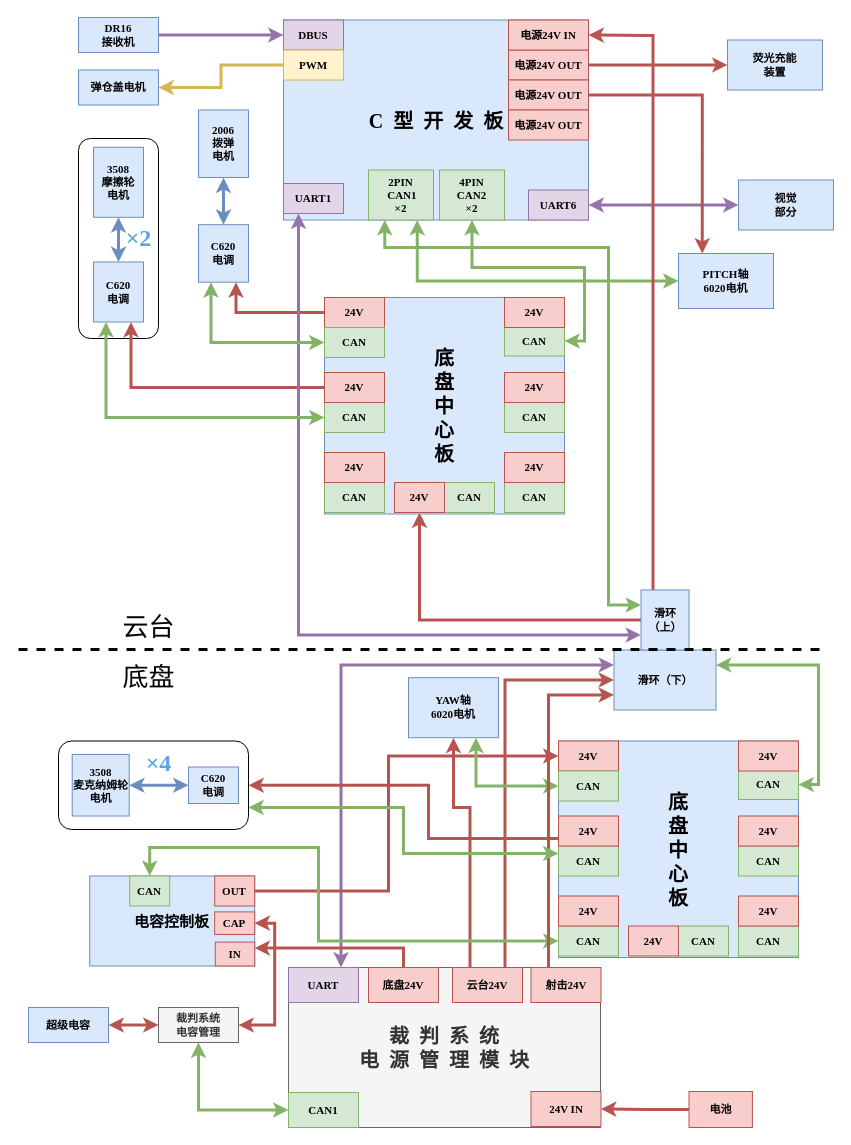
Before: Doc/步兵嵌入式硬件框图.drawio in xrobot-org/XRobot, a draw.io diagram. Source tidied: cells renumbered, new cells numbered last; positions are measured from the earlier drawing's top-left corner, leaving out a move shared by most shapes. Both pictures are drawn from the tidied source at 100%, with x=0, y=0 at pixel (18, 17).
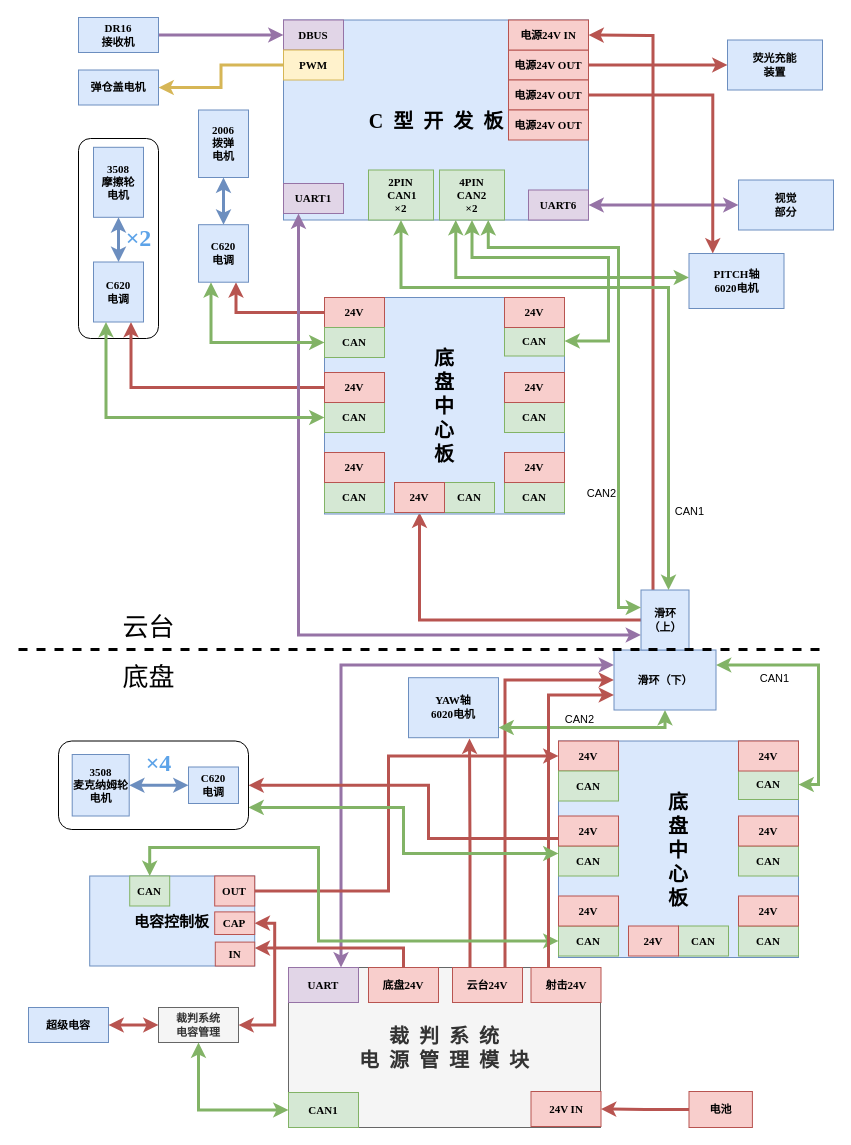
Above is the later version.

Commit message (it also covers changes not shown here):
修改流程图

Unchanged cells that the change refers to:
```xml
<mxCell id="21" value="云台24V" style="whiteSpace=wrap;fontSize=11;fontStyle=1;fontFamily=Times New Roman;html=1;strokeColor=#b85450;fillColor=#f8cecc;" parent="1" vertex="1">
  <mxGeometry x="434" y="950" width="70" height="35" as="geometry" />
</mxCell>
<mxCell id="42" value="2PIN&lt;br&gt;&amp;nbsp;CAN1&lt;br&gt;×2" style="whiteSpace=wrap;fontSize=11;fontStyle=1;fontFamily=Times New Roman;fillColor=#d5e8d4;html=1;strokeColor=#82b366;" parent="1" vertex="1">
  <mxGeometry x="350" y="152.5" width="65" height="50" as="geometry" />
</mxCell>
<mxCell id="44" value="YAW轴&lt;br&gt;6020电机" style="whiteSpace=wrap;fontSize=11;fontStyle=1;fontFamily=Times New Roman;strokeColor=#6c8ebf;html=1;fillColor=#dae8fc;" parent="1" vertex="1">
  <mxGeometry x="390" y="660.2" width="90" height="60" as="geometry" />
</mxCell>
<mxCell id="48" value="4PIN&lt;br&gt;CAN2&lt;br&gt;×2" style="whiteSpace=wrap;fontSize=11;fontStyle=1;fontFamily=Times New Roman;html=1;strokeColor=#82b366;fillColor=#d5e8d4;" parent="1" vertex="1">
  <mxGeometry x="421" y="152.5" width="65" height="50" as="geometry" />
</mxCell>
<mxCell id="49" style="edgeStyle=orthogonalEdgeStyle;rounded=0;jettySize=auto;html=1;entryX=1;entryY=0.5;entryDx=0;entryDy=0;startArrow=classic;startFill=1;strokeWidth=3;fontFamily=Times New Roman;fontSize=20;fillColor=#d5e8d4;strokeColor=#82b366;exitX=1;exitY=0.25;exitDx=0;exitDy=0;" parent="1" edge="1" source="50" target="72">
  <mxGeometry relative="1" as="geometry">
    <Array as="points">
      <mxPoint x="800" y="648" />
      <mxPoint x="800" y="767" />
    </Array>
  </mxGeometry>
</mxCell>
<mxCell id="50" value="滑环（下）" style="whiteSpace=wrap;fontSize=11;fontStyle=1;fontFamily=Times New Roman;html=1;fillColor=#dae8fc;strokeColor=#6c8ebf;" parent="1" vertex="1">
  <mxGeometry x="595.5" y="632.5" width="102" height="60" as="geometry" />
</mxCell>
<mxCell id="53" value="滑环（上）" style="whiteSpace=wrap;fontSize=11;fontStyle=1;fontFamily=Times New Roman;html=1;fillColor=#dae8fc;strokeColor=#6c8ebf;" parent="1" vertex="1">
  <mxGeometry x="622.5" y="572.5" width="48" height="60" as="geometry" />
</mxCell>
<mxCell id="71" value="CAN" style="whiteSpace=wrap;fontSize=11;fontStyle=1;fontFamily=Times New Roman;html=1;strokeColor=#82b366;fillColor=#d5e8d4;" parent="1" vertex="1">
  <mxGeometry x="540" y="753.5" width="60" height="30" as="geometry" />
</mxCell>
<mxCell id="98" value="CAN" style="whiteSpace=wrap;fontSize=11;fontStyle=1;fontFamily=Times New Roman;html=1;strokeColor=#82b366;fillColor=#d5e8d4;" parent="1" vertex="1">
  <mxGeometry x="486" y="308.5" width="60" height="30" as="geometry" />
</mxCell>
```

The edit, as a diff of the source:
```diff
@@
-    <mxCell id="20" style="edgeStyle=orthogonalEdgeStyle;rounded=0;jettySize=auto;html=1;entryX=0.5;entryY=1;entryDx=0;entryDy=0;fontFamily=Times New Roman;fontSize=20;fillColor=#f8cecc;strokeColor=#b85450;strokeWidth=3;exitX=0.25;exitY=0;exitDx=0;exitDy=0;" parent="1" edge="1" source="21" target="44">
-      <mxGeometry relative="1" as="geometry">
-        <Array as="points">
-          <mxPoint x="452" y="790" />
-          <mxPoint x="435" y="790" />
-        </Array>
-      </mxGeometry>
+    <mxCell id="20" style="edgeStyle=orthogonalEdgeStyle;rounded=0;jettySize=auto;html=1;fontFamily=Times New Roman;fontSize=20;fillColor=#f8cecc;strokeColor=#b85450;strokeWidth=3;exitX=0.25;exitY=0;exitDx=0;exitDy=0;entryX=0.678;entryY=1.013;entryDx=0;entryDy=0;entryPerimeter=0;" parent="1" edge="1" source="21" target="44">
+      <mxGeometry relative="1" as="geometry" />
     </mxCell>
@@
-    <mxCell id="41" style="edgeStyle=orthogonalEdgeStyle;rounded=0;jettySize=auto;html=1;exitX=0.75;exitY=1;exitDx=0;exitDy=0;entryX=0;entryY=0.5;entryDx=0;entryDy=0;startArrow=classic;startFill=1;strokeWidth=3;fontFamily=Times New Roman;fontSize=20;fillColor=#d5e8d4;strokeColor=#82b366;" parent="1" edge="1" source="42" target="45">
-      <mxGeometry relative="1" as="geometry" />
+    <mxCell id="41" style="edgeStyle=orthogonalEdgeStyle;rounded=0;jettySize=auto;html=1;startArrow=classic;startFill=1;strokeWidth=3;fontFamily=Times New Roman;fontSize=20;fillColor=#d5e8d4;strokeColor=#82b366;exitX=0.25;exitY=1;exitDx=0;exitDy=0;" parent="1" edge="1" source="48" target="45">
+      <mxGeometry relative="1" as="geometry">
+        <Array as="points">
+          <mxPoint x="437" y="260" />
+        </Array>
+      </mxGeometry>
     </mxCell>
@@
-    <mxCell id="43" style="edgeStyle=orthogonalEdgeStyle;rounded=0;jettySize=auto;html=1;exitX=0.75;exitY=1;exitDx=0;exitDy=0;entryX=0;entryY=0.5;entryDx=0;entryDy=0;fontFamily=Times New Roman;fontSize=20;fillColor=#d5e8d4;strokeColor=#82b366;strokeWidth=3;startArrow=classic;startFill=1;" parent="1" edge="1" source="44" target="71">
-      <mxGeometry relative="1" as="geometry" />
+    <mxCell id="43" style="edgeStyle=orthogonalEdgeStyle;rounded=0;jettySize=auto;html=1;fontFamily=Times New Roman;fontSize=20;fillColor=#d5e8d4;strokeColor=#82b366;strokeWidth=3;startArrow=classic;startFill=1;entryX=0.5;entryY=1;entryDx=0;entryDy=0;" parent="1" edge="1" source="44" target="50">
+      <mxGeometry relative="1" as="geometry">
+        <Array as="points">
+          <mxPoint x="647" y="710" />
+        </Array>
+      </mxGeometry>
     </mxCell>
+    <mxCell id="113" value="CAN2" style="edgeLabel;html=1;align=center;verticalAlign=middle;" parent="43" vertex="1">
+      <mxGeometry x="0.08" relative="1" as="geometry">
+        <mxPoint x="-18.8" y="-9" as="offset" />
+      </mxGeometry>
+    </mxCell>
@@
     <mxCell id="45" value="PITCH轴&lt;br&gt;6020电机" style="whiteSpace=wrap;fontSize=11;fontStyle=1;fontFamily=Times New Roman;strokeColor=#6c8ebf;html=1;fillColor=#dae8fc;" parent="1" vertex="1">
-      <mxGeometry x="660" y="236" width="95" height="55" as="geometry" />
+      <mxGeometry x="670.5" y="236" width="95" height="55" as="geometry" />
     </mxCell>
@@
+    <mxCell id="114" value="CAN1" style="edgeLabel;html=1;align=center;verticalAlign=middle;" parent="49" vertex="1">
+      <mxGeometry x="-0.51" y="-3" relative="1" as="geometry">
+        <mxPoint x="-0.6" y="9.5" as="offset" />
+      </mxGeometry>
+    </mxCell>
@@
-    <mxCell id="62" style="edgeStyle=orthogonalEdgeStyle;rounded=0;jettySize=auto;html=1;entryX=0;entryY=0.25;entryDx=0;entryDy=0;startArrow=classic;startFill=1;strokeWidth=3;fontFamily=Times New Roman;fontSize=20;fillColor=#d5e8d4;strokeColor=#82b366;exitX=0.25;exitY=1;exitDx=0;exitDy=0;" parent="1" edge="1" source="42" target="53">
+    <mxCell id="62" style="edgeStyle=orthogonalEdgeStyle;rounded=0;jettySize=auto;html=1;startArrow=classic;startFill=1;strokeWidth=3;fontFamily=Times New Roman;fontSize=20;fillColor=#d5e8d4;strokeColor=#82b366;exitX=0.5;exitY=1;exitDx=0;exitDy=0;" parent="1" edge="1" source="42" target="53">
       <mxGeometry relative="1" as="geometry">
         <Array as="points">
-          <mxPoint x="366" y="230" />
-          <mxPoint x="590" y="230" />
-          <mxPoint x="590" y="588" />
+          <mxPoint x="383" y="270" />
+          <mxPoint x="650" y="270" />
         </Array>
       </mxGeometry>
     </mxCell>
+    <mxCell id="115" value="CAN1" style="edgeLabel;html=1;align=center;verticalAlign=middle;" parent="62" vertex="1">
+      <mxGeometry x="0.76" y="-1" relative="1" as="geometry">
+        <mxPoint x="21.5" y="-2.5" as="offset" />
+      </mxGeometry>
+    </mxCell>
@@
     <mxCell id="97" style="edgeStyle=orthogonalEdgeStyle;rounded=0;jettySize=auto;html=1;exitX=1;exitY=0.5;exitDx=0;exitDy=0;entryX=0.5;entryY=1;entryDx=0;entryDy=0;startArrow=classic;startFill=1;strokeWidth=3;fillColor=#d5e8d4;strokeColor=#82b366;" parent="1" edge="1" source="98" target="48">
       <mxGeometry relative="1" as="geometry">
         <Array as="points">
-          <mxPoint x="566" y="324" />
-          <mxPoint x="566" y="250" />
-          <mxPoint x="454" y="250" />
+          <mxPoint x="590" y="324" />
+          <mxPoint x="590" y="240" />
+          <mxPoint x="454" y="240" />
         </Array>
       </mxGeometry>
     </mxCell>
@@
+    <mxCell id="116" style="edgeStyle=orthogonalEdgeStyle;rounded=0;jettySize=auto;html=1;startArrow=classic;startFill=1;strokeWidth=3;fillColor=#d5e8d4;strokeColor=#82b366;entryX=0.75;entryY=1;entryDx=0;entryDy=0;" parent="1" edge="1" source="53" target="48">
+      <mxGeometry relative="1" as="geometry">
+        <Array as="points">
+          <mxPoint x="600" y="590" />
+          <mxPoint x="600" y="230" />
+          <mxPoint x="470" y="230" />
+        </Array>
+      </mxGeometry>
+    </mxCell>
+    <mxCell id="117" value="CAN2" style="edgeLabel;html=1;align=center;verticalAlign=middle;" parent="116" vertex="1">
+      <mxGeometry x="-0.57" y="-2" relative="1" as="geometry">
+        <mxPoint x="-20" y="-20.8" as="offset" />
+      </mxGeometry>
+    </mxCell>
```
